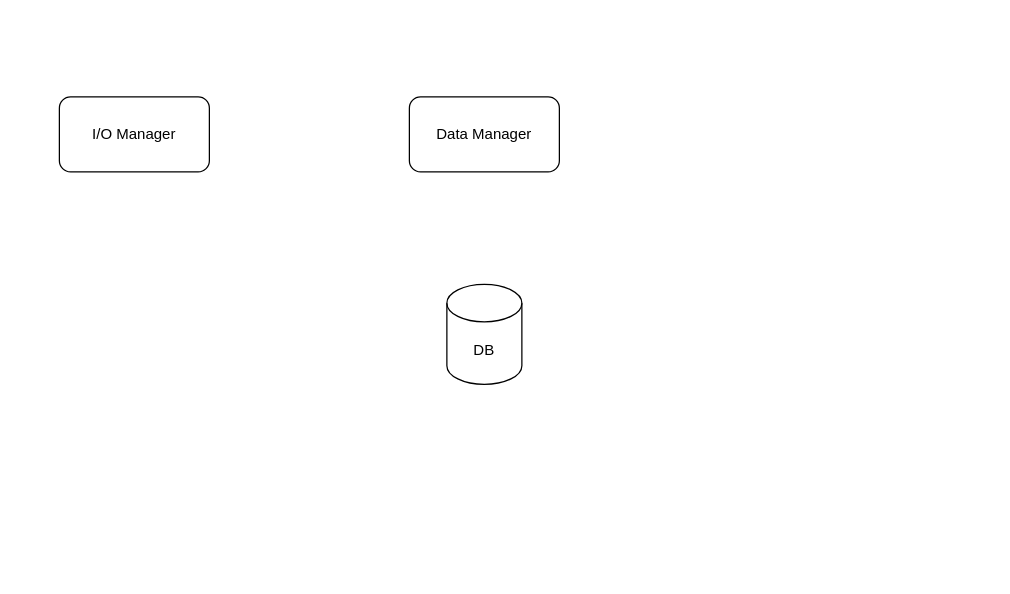
The draw.io diagram E-Project/document/concept.drawio in ShineSoYoung/CRA, before the edit. Source tidied: cells renumbered, new cells numbered last; positions are measured from the earlier drawing's top-left corner, leaving out a move shared by most shapes. Both pictures are drawn from the tidied source at 125%, with x=0, y=0 at pixel (59, 96).
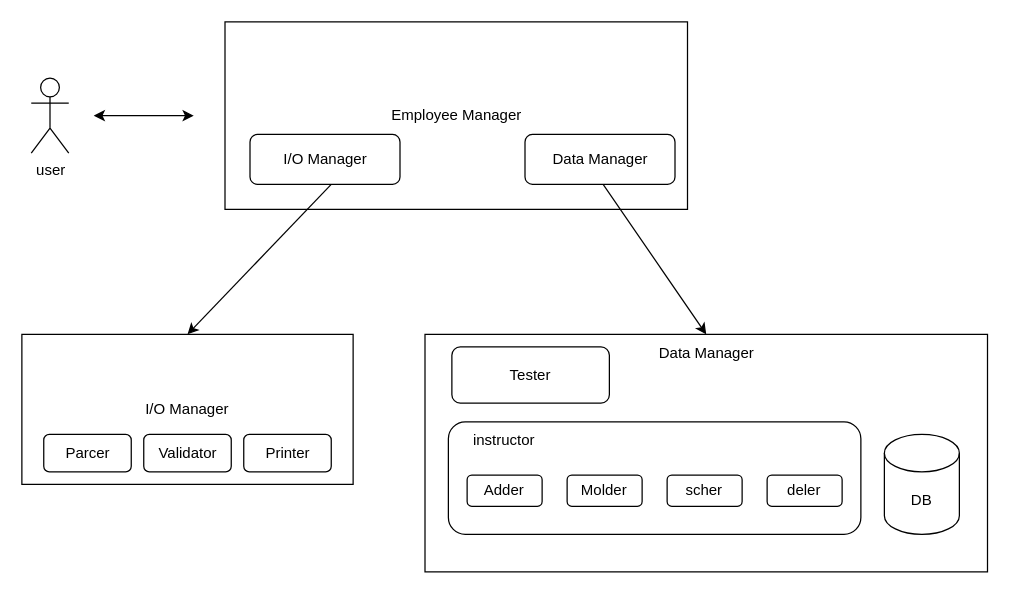
After the change.

Diff of the diagram source:
```diff
@@
+    <mxCell id="5" style="rounded=0;whiteSpace=wrap;html=1;" parent="1" vertex="1">
+      <mxGeometry x="292.5" y="190" width="450" height="190" as="geometry" />
+    </mxCell>
+    <mxCell id="6" value="I/O Manager" style="rounded=0;whiteSpace=wrap;html=1;" parent="1" vertex="1">
+      <mxGeometry x="-30" y="190" width="265" height="120" as="geometry" />
+    </mxCell>
+    <mxCell id="7" value="&lt;span&gt;Employee Manager&lt;/span&gt;" style="rounded=0;whiteSpace=wrap;html=1;" parent="1" vertex="1">
+      <mxGeometry x="132.5" y="-60" width="370" height="150" as="geometry" />
+    </mxCell>
+    <mxCell id="3" value="Data Manager" style="rounded=1;whiteSpace=wrap;html=1;" parent="1" vertex="1">
+      <mxGeometry x="372.5" y="30" width="120" height="40" as="geometry" />
+    </mxCell>
+    <mxCell id="8" value="user" style="shape=umlActor;verticalLabelPosition=bottom;verticalAlign=top;html=1;" parent="1" vertex="1">
+      <mxGeometry x="-22.5" y="-15" width="30" height="60" as="geometry" />
+    </mxCell>
+    <mxCell id="9" value="Parcer" style="rounded=1;whiteSpace=wrap;html=1;" parent="1" vertex="1">
+      <mxGeometry x="-12.5" y="270" width="70" height="30" as="geometry" />
+    </mxCell>
+    <mxCell id="10" style="rounded=1;whiteSpace=wrap;html=1;" parent="1" vertex="1">
+      <mxGeometry x="311.2" y="260" width="330" height="90" as="geometry" />
+    </mxCell>
+    <mxCell id="11" style="endArrow=classic;startArrow=classic;html=1;rounded=0;" parent="1" edge="1">
+      <mxGeometry relative="1" as="geometry">
+        <mxPoint x="27.5" y="15" as="sourcePoint" />
+        <mxPoint x="107.5" y="15" as="targetPoint" />
+      </mxGeometry>
+    </mxCell>
     <mxCell id="2" value="I/O Manager" style="rounded=1;whiteSpace=wrap;html=1;" parent="1" vertex="1">
-      <mxGeometry width="120" height="60" as="geometry" />
+      <mxGeometry x="152.5" y="30" width="120" height="40" as="geometry" />
     </mxCell>
-    <mxCell id="3" value="Data Manager" style="rounded=1;whiteSpace=wrap;html=1;" parent="1" vertex="1">
-      <mxGeometry x="280" width="120" height="60" as="geometry" />
-    </mxCell>
+    <mxCell id="12" value="Validator" style="rounded=1;whiteSpace=wrap;html=1;" parent="1" vertex="1">
+      <mxGeometry x="67.5" y="270" width="70" height="30" as="geometry" />
+    </mxCell>
+    <mxCell id="13" value="Printer" style="rounded=1;whiteSpace=wrap;html=1;" parent="1" vertex="1">
+      <mxGeometry x="147.5" y="270" width="70" height="30" as="geometry" />
+    </mxCell>
+    <mxCell id="14" value="Adder" style="rounded=1;whiteSpace=wrap;html=1;" parent="1" vertex="1">
+      <mxGeometry x="326.2" y="302.5" width="60" height="25" as="geometry" />
+    </mxCell>
+    <mxCell id="15" value="Molder" style="rounded=1;whiteSpace=wrap;html=1;" parent="1" vertex="1">
+      <mxGeometry x="406.2" y="302.5" width="60" height="25" as="geometry" />
+    </mxCell>
     <mxCell id="4" value="DB" style="shape=cylinder3;whiteSpace=wrap;html=1;boundedLbl=1;backgroundOutline=1;size=15;" parent="1" vertex="1">
-      <mxGeometry x="310" y="150" width="60" height="80" as="geometry" />
+      <mxGeometry x="660" y="270" width="60" height="80" as="geometry" />
     </mxCell>
+    <mxCell id="16" style="endArrow=classic;html=1;rounded=0;entryX=0.5;entryY=0;entryDx=0;entryDy=0;" parent="1" edge="1" target="6">
+      <mxGeometry relative="1" as="geometry">
+        <mxPoint x="217.5" y="70" as="sourcePoint" />
+      </mxGeometry>
+    </mxCell>
+    <mxCell id="17" style="endArrow=classic;html=1;rounded=0;entryX=0.5;entryY=0;entryDx=0;entryDy=0;" parent="1" edge="1" target="5">
+      <mxGeometry relative="1" as="geometry">
+        <mxPoint x="435" y="70" as="sourcePoint" />
+      </mxGeometry>
+    </mxCell>
+    <mxCell id="18" value="Tester" style="rounded=1;whiteSpace=wrap;html=1;" parent="1" vertex="1">
+      <mxGeometry x="314" y="200" width="126" height="45" as="geometry" />
+    </mxCell>
+    <mxCell id="19" value="deler" style="rounded=1;whiteSpace=wrap;html=1;" parent="1" vertex="1">
+      <mxGeometry x="566.2" y="302.5" width="60" height="25" as="geometry" />
+    </mxCell>
+    <mxCell id="20" value="scher" style="rounded=1;whiteSpace=wrap;html=1;" parent="1" vertex="1">
+      <mxGeometry x="486.2" y="302.5" width="60" height="25" as="geometry" />
+    </mxCell>
+    <mxCell id="21" value="instructor" style="text;html=1;strokeColor=none;fillColor=none;align=center;verticalAlign=middle;whiteSpace=wrap;rounded=0;" parent="1" vertex="1">
+      <mxGeometry x="326.2" y="260" width="60" height="30" as="geometry" />
+    </mxCell>
+    <mxCell id="22" value="Data Manager" style="text;html=1;strokeColor=none;fillColor=none;align=center;verticalAlign=middle;whiteSpace=wrap;rounded=0;" parent="1" vertex="1">
+      <mxGeometry x="427.5" y="190" width="180" height="30" as="geometry" />
+    </mxCell>
```
